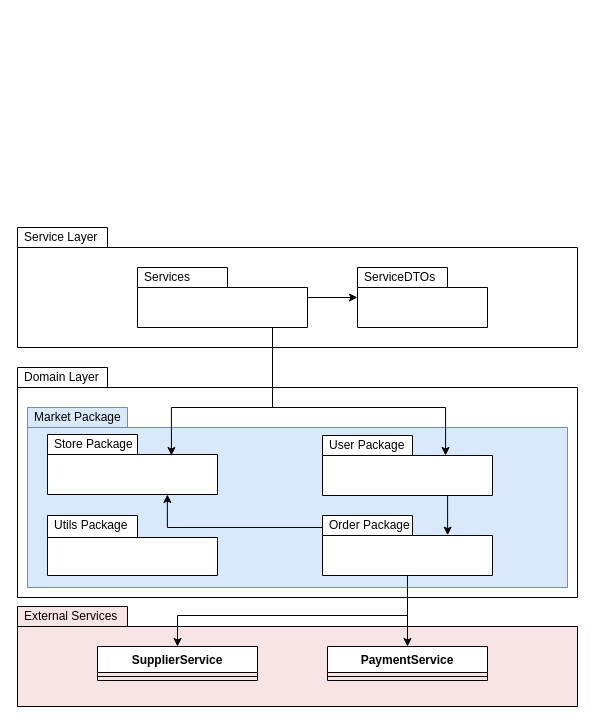
This is page "System Architecture Diagram" (2 of 2) of documents/Version1/Version1.drawio from SE-Project-Workshop-Group-17-B/SE-Project-Workshop-Group-17-B, a draw.io file, before an edit. Source tidied: cells renumbered, new cells numbered last; positions are measured from the earlier drawing's top-left corner, leaving out a move shared by most shapes. Both pictures are drawn from the tidied source at 100%, with x=0, y=0 at pixel (17, 227).
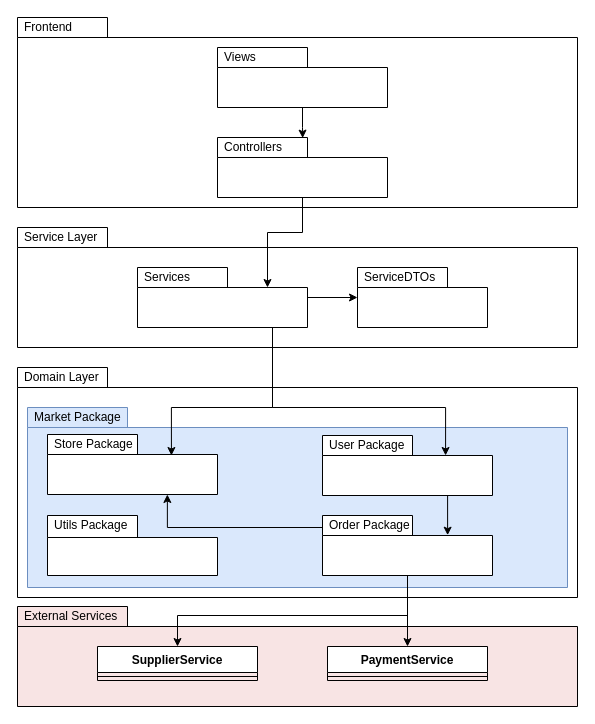
The same diagram, later.

The change refers to these unchanged cells:
```xml
<mxCell id="14" value="Services" style="shape=folder;xSize=90;align=left;spacingLeft=10;align=left;verticalAlign=top;spacingLeft=5;spacingTop=-4;tabWidth=90;tabHeight=20;tabPosition=left;html=1;" parent="1" vertex="1">
  <mxGeometry x="120" y="40" width="170" height="60" as="geometry" />
</mxCell>
```

Change to the diagram source:
```diff
@@
+    <mxCell id="23" value="Frontend" style="shape=folder;xSize=90;align=left;spacingLeft=10;align=left;verticalAlign=top;spacingLeft=5;spacingTop=-4;tabWidth=90;tabHeight=20;tabPosition=left;html=1;" parent="1" vertex="1">
+      <mxGeometry y="-210" width="560" height="190" as="geometry" />
+    </mxCell>
+    <mxCell id="24" value="Controllers" style="shape=folder;xSize=90;align=left;spacingLeft=10;align=left;verticalAlign=top;spacingLeft=5;spacingTop=-4;tabWidth=90;tabHeight=20;tabPosition=left;html=1;" parent="1" vertex="1">
+      <mxGeometry x="200" y="-90" width="170" height="60" as="geometry" />
+    </mxCell>
+    <mxCell id="25" value="Views" style="shape=folder;xSize=90;align=left;spacingLeft=10;align=left;verticalAlign=top;spacingLeft=5;spacingTop=-4;tabWidth=90;tabHeight=20;tabPosition=left;html=1;" parent="1" vertex="1">
+      <mxGeometry x="200" y="-180" width="170" height="60" as="geometry" />
+    </mxCell>
+    <mxCell id="26" style="edgeStyle=orthogonalEdgeStyle;rounded=0;jettySize=auto;html=1;entryX=0.501;entryY=0.01;entryDx=0;entryDy=0;entryPerimeter=0;" parent="1" edge="1" source="25" target="24">
+      <mxGeometry relative="1" as="geometry" />
+    </mxCell>
+    <mxCell id="27" style="edgeStyle=orthogonalEdgeStyle;rounded=0;jettySize=auto;html=1;entryX=0;entryY=0;entryDx=130;entryDy=20;entryPerimeter=0;" parent="1" edge="1" source="24" target="14">
+      <mxGeometry relative="1" as="geometry" />
+    </mxCell>
```
